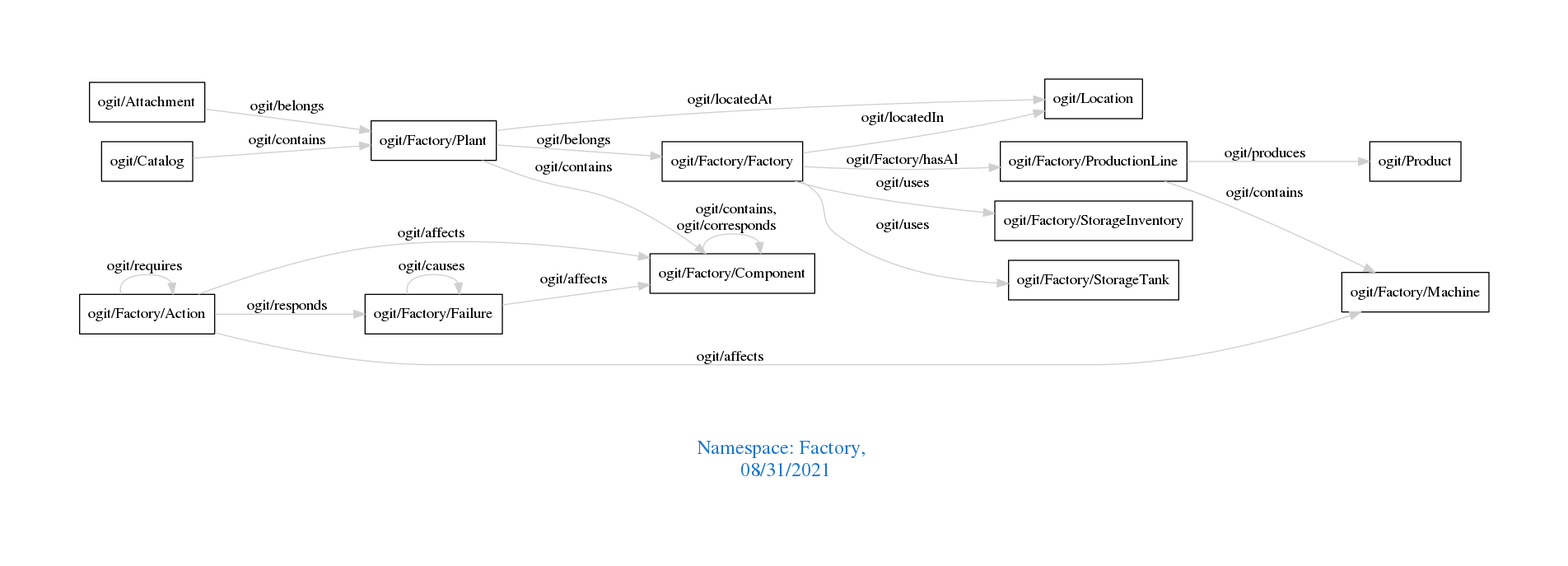
The Graphviz diagram downloads/Factory.png in arago/OGIT, before a commit. Its source is kept beside it as downloads/Factory.dot.
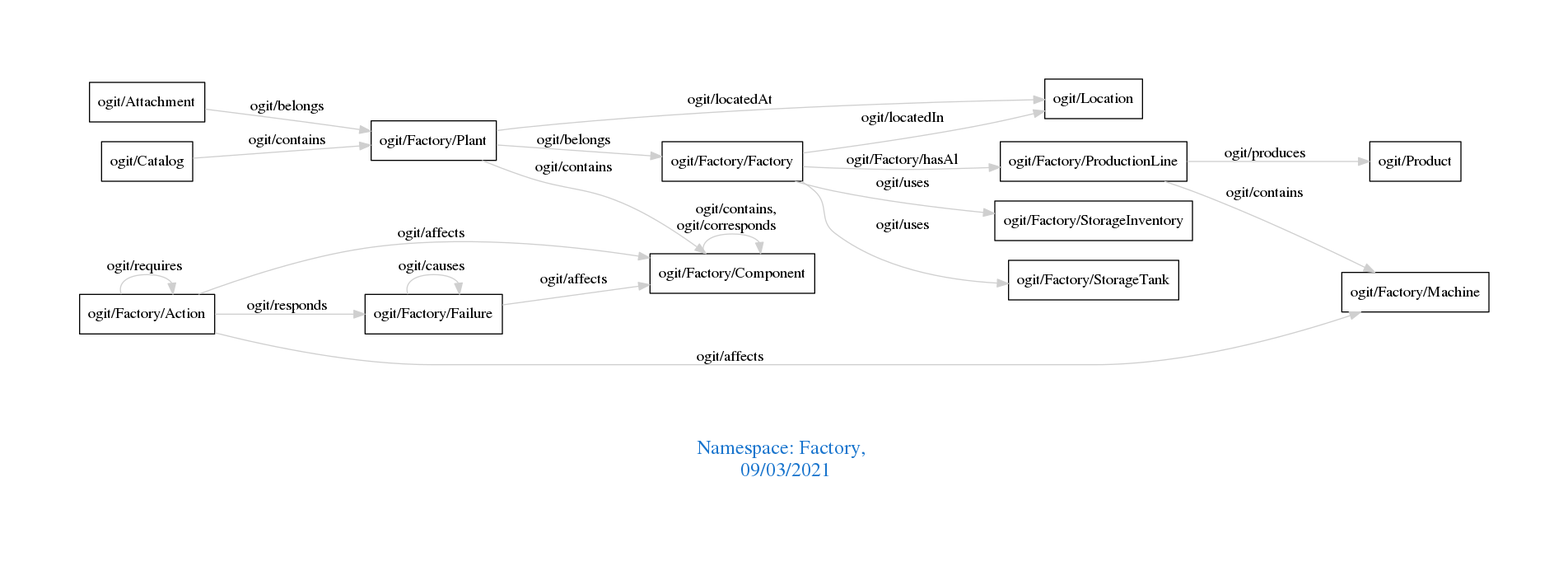
Above is the later version.

What changed in the source:
```diff
@@ -1,7 +1,7 @@
 digraph OGIT_ontology {
  graph [ rankdir= LR,pad=1
 fontsize = 18,
-fontcolor= dodgerblue3,label = "\n\n\nNamespace: Factory, \n 08/31/2021"];
+fontcolor= dodgerblue3,label = "\n\n\nNamespace: Factory, \n 09/03/2021"];
 node[shape=polygon];
 edge [  color="gray81"];
 
```
